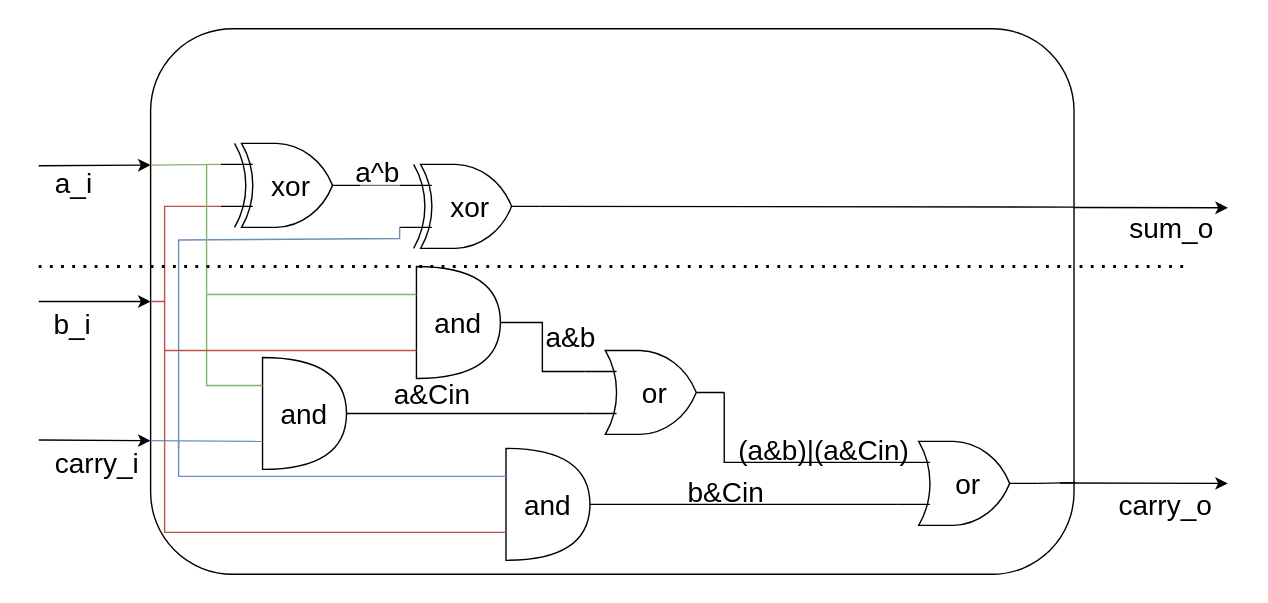
Earlier version of the draw.io export .pic/Labs/lab_01_adder/fig_02.drawio.svg (MPSU/APS). Source tidied: cells renumbered, new cells last; positions are measured from the earlier drawing's top-left corner, leaving out a move shared by most shapes.
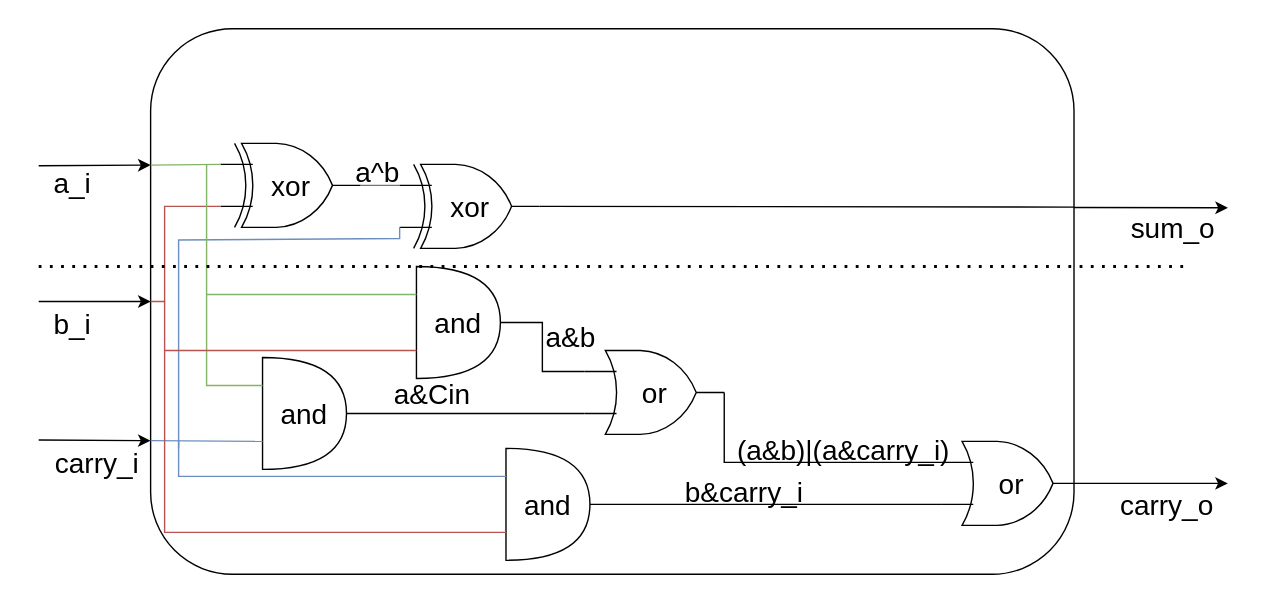
Above is the later version.

Commit message:
ЛР1. Исправление рисунка

Diff of the diagram source:
```diff
@@ -36,9 +36,8 @@
         <mxPoint x="55" y="14" as="offset" />
       </mxGeometry>
     </mxCell>
-    <mxCell id="10" value="carry_o" style="endArrow=classic;html=1;rounded=0;fontSize=20;labelBackgroundColor=none;fontColor=#000000;strokeColor=#000000;align=right;" parent="1" edge="1">
+    <mxCell id="10" value="carry_o" style="endArrow=classic;html=1;rounded=0;fontSize=20;labelBackgroundColor=none;fontColor=#000000;strokeColor=#000000;align=right;exitX=1;exitY=0.5;exitDx=0;exitDy=0;exitPerimeter=0;" parent="1" edge="1" source="31">
       <mxGeometry x="0.83" y="-15" relative="1" as="geometry">
-        <mxPoint x="730" y="324.8" as="sourcePoint" />
         <mxPoint x="850" y="325" as="targetPoint" />
       </mxGeometry>
     </mxCell>
@@ -146,16 +145,13 @@
     <mxCell id="29" style="endArrow=none;html=1;rounded=0;fontSize=20;fontColor=#000000;entryX=1;entryY=0.327;entryDx=0;entryDy=0;entryPerimeter=0;exitX=1;exitY=0.5;exitDx=0;exitDy=0;exitPerimeter=0;labelBackgroundColor=none;strokeColor=#000000;" parent="1" edge="1" source="13" target="2">
       <mxGeometry relative="1" as="geometry" />
     </mxCell>
-    <mxCell id="30" style="endArrow=none;html=1;rounded=0;fontSize=20;fontColor=#000000;exitX=1;exitY=0.5;exitDx=0;exitDy=0;exitPerimeter=0;entryX=1.002;entryY=0.832;entryDx=0;entryDy=0;entryPerimeter=0;labelBackgroundColor=none;strokeColor=#000000;" parent="1" edge="1" source="31" target="2">
-      <mxGeometry relative="1" as="geometry" />
-    </mxCell>
     <mxCell id="31" value="or" style="verticalLabelPosition=middle;shadow=0;dashed=0;align=center;html=1;verticalAlign=middle;shape=mxgraph.electrical.logic_gates.logic_gate;operation=or;fontSize=20;fontColor=#000000;labelPosition=center;fillColor=none;labelBackgroundColor=none;strokeColor=#000000;" parent="1" vertex="1">
-      <mxGeometry x="614" y="295" width="100" height="60" as="geometry" />
+      <mxGeometry x="645" y="295" width="100" height="60" as="geometry" />
     </mxCell>
     <mxCell id="32" style="endArrow=none;html=1;rounded=0;fontSize=20;fontColor=#000000;exitX=1;exitY=0.5;exitDx=0;exitDy=0;exitPerimeter=0;entryX=0;entryY=0.75;entryDx=0;entryDy=0;entryPerimeter=0;labelBackgroundColor=none;strokeColor=#000000;" parent="1" edge="1" source="20" target="31">
       <mxGeometry relative="1" as="geometry" />
     </mxCell>
-    <mxCell id="33" value="b&amp;amp;Cin" style="edgeLabel;html=1;align=center;verticalAlign=middle;fontSize=20;fontColor=#000000;labelBackgroundColor=none;" parent="32" vertex="1">
+    <mxCell id="33" value="b&amp;amp;&lt;span style=&quot;text-align: left;&quot;&gt;carry_i&lt;/span&gt;" style="edgeLabel;html=1;align=center;verticalAlign=middle;fontSize=20;fontColor=#000000;labelBackgroundColor=none;" parent="32" vertex="1">
       <mxGeometry x="-0.13" y="1" relative="1" as="geometry">
         <mxPoint x="1" y="-9" as="offset" />
       </mxGeometry>
@@ -167,7 +163,7 @@
         </Array>
       </mxGeometry>
     </mxCell>
-    <mxCell id="35" value="(a&amp;amp;b)|(a&amp;amp;Cin)" style="edgeLabel;html=1;align=center;verticalAlign=middle;fontSize=20;fontColor=#000000;labelBackgroundColor=none;" parent="34" vertex="1">
+    <mxCell id="35" value="(a&amp;amp;b)|(a&amp;amp;&lt;span style=&quot;text-align: left;&quot;&gt;carry_i&lt;/span&gt;)" style="edgeLabel;html=1;align=center;verticalAlign=middle;fontSize=20;fontColor=#000000;labelBackgroundColor=none;" parent="34" vertex="1">
       <mxGeometry x="-0.07" relative="1" as="geometry">
         <mxPoint x="39" y="-10" as="offset" />
       </mxGeometry>
```
